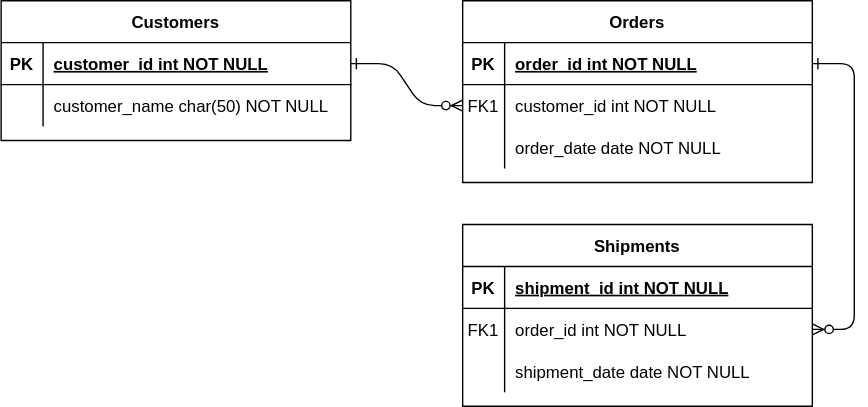
Above: document/project-board-erd.svg in LeticiaKang/mvc-board-practice (draw.io), before the change. Source tidied: cells renumbered, new cells last; positions are measured from the earlier drawing's top-left corner, leaving out a move shared by most shapes.
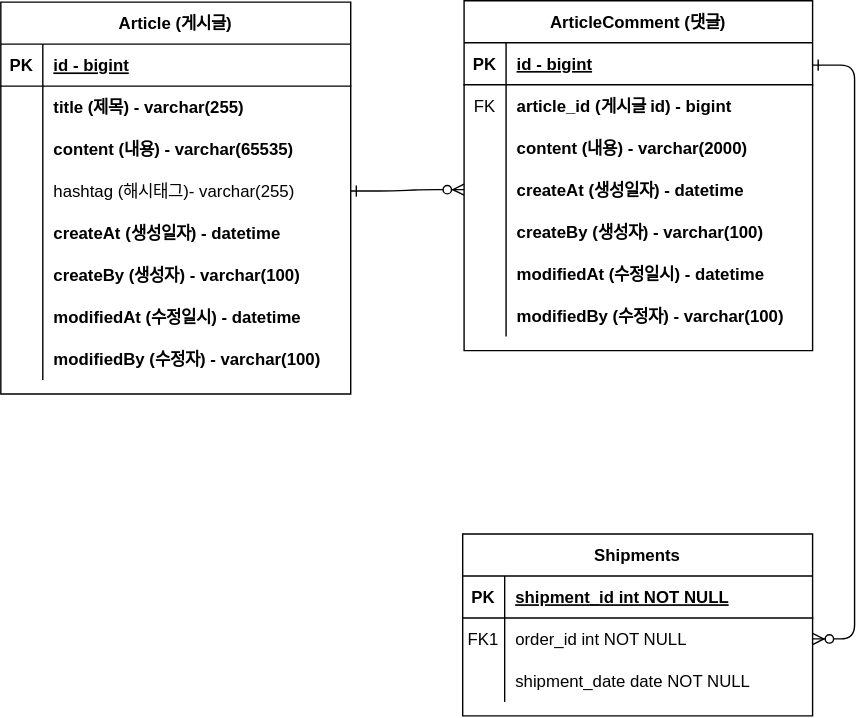
Later version of the same file.

Change to the diagram source:
```diff
@@ -2,44 +2,16 @@
   <root>
     <mxCell id="0" />
     <mxCell id="1" parent="0" />
-    <mxCell id="2" style="edgeStyle=entityRelationEdgeStyle;endArrow=ERzeroToMany;startArrow=ERone;endFill=1;startFill=0;" parent="1" edge="1" source="25" target="8">
+    <mxCell id="2" style="edgeStyle=entityRelationEdgeStyle;endArrow=ERzeroToMany;startArrow=ERone;endFill=1;startFill=0;entryX=0;entryY=0.5;entryDx=0;entryDy=0;exitX=1;exitY=0.5;exitDx=0;exitDy=0;" parent="1" edge="1" source="33" target="57">
       <mxGeometry relative="1" as="geometry" />
     </mxCell>
-    <mxCell id="3" style="edgeStyle=entityRelationEdgeStyle;endArrow=ERzeroToMany;startArrow=ERone;endFill=1;startFill=0;" parent="1" edge="1" source="5" target="18">
-      <mxGeometry relative="1" as="geometry" />
+    <mxCell id="3" style="edgeStyle=entityRelationEdgeStyle;endArrow=ERzeroToMany;startArrow=ERone;endFill=1;startFill=0;" parent="1" edge="1" target="18">
+      <mxGeometry relative="1" as="geometry">
+        <mxPoint x="580" y="45" as="sourcePoint" />
+      </mxGeometry>
     </mxCell>
-    <mxCell id="4" value="Orders" style="shape=table;startSize=30;rowLines=0;fontStyle=1;align=center;" parent="1" vertex="1">
-      <mxGeometry x="330" width="250" height="130" as="geometry" />
-    </mxCell>
-    <mxCell id="5" style="shape=partialRectangle;fillColor=none;points=[[0,0.5],[1,0.5]];portConstraint=eastwest;top=0;left=0;right=0;bottom=1;" parent="4" vertex="1">
-      <mxGeometry y="30" width="250" height="30" as="geometry" />
-    </mxCell>
-    <mxCell id="6" value="PK" style="shape=partialRectangle;overflow=hidden;fillColor=none;top=0;left=0;bottom=0;right=0;fontStyle=1;" parent="5" vertex="1">
-      <mxGeometry width="30" height="30" as="geometry" />
-    </mxCell>
-    <mxCell id="7" value="order_id int NOT NULL " style="shape=partialRectangle;overflow=hidden;fillColor=none;top=0;left=0;bottom=0;right=0;align=left;spacingLeft=6;fontStyle=5;" parent="5" vertex="1">
-      <mxGeometry x="30" width="220" height="30" as="geometry" />
-    </mxCell>
-    <mxCell id="8" style="shape=partialRectangle;fillColor=none;points=[[0,0.5],[1,0.5]];portConstraint=eastwest;top=0;left=0;right=0;bottom=0;" parent="4" vertex="1">
-      <mxGeometry y="60" width="250" height="30" as="geometry" />
-    </mxCell>
-    <mxCell id="9" value="FK1" style="shape=partialRectangle;overflow=hidden;fillColor=none;top=0;left=0;bottom=0;right=0;" parent="8" vertex="1">
-      <mxGeometry width="30" height="30" as="geometry" />
-    </mxCell>
-    <mxCell id="10" value="customer_id int NOT NULL" style="shape=partialRectangle;overflow=hidden;fillColor=none;top=0;left=0;bottom=0;right=0;align=left;spacingLeft=6;" parent="8" vertex="1">
-      <mxGeometry x="30" width="220" height="30" as="geometry" />
-    </mxCell>
-    <mxCell id="11" style="shape=partialRectangle;fillColor=none;top=0;left=0;right=0;bottom=0;" parent="4" vertex="1">
-      <mxGeometry y="90" width="250" height="30" as="geometry" />
-    </mxCell>
-    <mxCell id="12" style="shape=partialRectangle;overflow=hidden;fillColor=none;top=0;left=0;bottom=0;right=0;" parent="11" vertex="1">
-      <mxGeometry width="30" height="30" as="geometry" />
-    </mxCell>
-    <mxCell id="13" value="order_date date NOT NULL" style="shape=partialRectangle;overflow=hidden;fillColor=none;top=0;left=0;bottom=0;right=0;align=left;spacingLeft=6;" parent="11" vertex="1">
-      <mxGeometry x="30" width="220" height="30" as="geometry" />
-    </mxCell>
     <mxCell id="14" value="Shipments" style="shape=table;startSize=30;rowLines=0;fontStyle=1;align=center;" parent="1" vertex="1">
-      <mxGeometry x="330" y="160" width="250" height="130" as="geometry" />
+      <mxGeometry x="330" y="380" width="250" height="130" as="geometry" />
     </mxCell>
     <mxCell id="15" style="shape=partialRectangle;fillColor=none;top=0;left=0;right=0;bottom=1;" parent="14" vertex="1">
       <mxGeometry y="30" width="250" height="30" as="geometry" />
@@ -68,8 +40,8 @@
     <mxCell id="23" value="shipment_date date NOT NULL" style="shape=partialRectangle;overflow=hidden;fillColor=none;top=0;left=0;bottom=0;right=0;align=left;spacingLeft=6;" parent="21" vertex="1">
       <mxGeometry x="30" width="220" height="30" as="geometry" />
     </mxCell>
-    <mxCell id="24" value="Customers" style="shape=table;startSize=30;rowLines=0;fontStyle=1;align=center;" parent="1" vertex="1">
-      <mxGeometry width="250" height="100" as="geometry" />
+    <mxCell id="24" value="Article (게시글)" style="shape=table;startSize=30;rowLines=0;fontStyle=1;align=center;" parent="1" vertex="1">
+      <mxGeometry width="250" height="280" as="geometry" />
     </mxCell>
     <mxCell id="25" style="shape=partialRectangle;fillColor=none;points=[[0,0.5],[1,0.5]];portConstraint=eastwest;top=0;left=0;right=0;bottom=1;" parent="24" vertex="1">
       <mxGeometry y="30" width="250" height="30" as="geometry" />
@@ -77,7 +49,7 @@
     <mxCell id="26" value="PK" style="shape=partialRectangle;overflow=hidden;fillColor=none;top=0;left=0;bottom=0;right=0;fontStyle=1;" parent="25" vertex="1">
       <mxGeometry width="30" height="30" as="geometry" />
     </mxCell>
-    <mxCell id="27" value="customer_id int NOT NULL " style="shape=partialRectangle;overflow=hidden;fillColor=none;top=0;left=0;bottom=0;right=0;align=left;spacingLeft=6;fontStyle=5;" parent="25" vertex="1">
+    <mxCell id="27" value="id - bigint" style="shape=partialRectangle;overflow=hidden;fillColor=none;top=0;left=0;bottom=0;right=0;align=left;spacingLeft=6;fontStyle=5;" parent="25" vertex="1">
       <mxGeometry x="30" width="220" height="30" as="geometry" />
     </mxCell>
     <mxCell id="28" style="shape=partialRectangle;fillColor=none;top=0;left=0;right=0;bottom=0;" parent="24" vertex="1">
@@ -86,8 +58,128 @@
     <mxCell id="29" style="shape=partialRectangle;overflow=hidden;fillColor=none;top=0;left=0;bottom=0;right=0;" parent="28" vertex="1">
       <mxGeometry width="30" height="30" as="geometry" />
     </mxCell>
-    <mxCell id="30" value="customer_name char(50) NOT NULL" style="shape=partialRectangle;overflow=hidden;fillColor=none;top=0;left=0;bottom=0;right=0;align=left;spacingLeft=6;" parent="28" vertex="1">
+    <mxCell id="30" value="title (제목) - varchar(255)" style="shape=partialRectangle;overflow=hidden;fillColor=none;top=0;left=0;bottom=0;right=0;align=left;spacingLeft=6;fontStyle=1;" parent="28" vertex="1">
       <mxGeometry x="30" width="220" height="30" as="geometry" />
     </mxCell>
+    <mxCell id="11" style="shape=partialRectangle;fillColor=none;top=0;left=0;right=0;bottom=0;" parent="24" vertex="1">
+      <mxGeometry y="90" width="250" height="30" as="geometry" />
+    </mxCell>
+    <mxCell id="31" style="shape=partialRectangle;overflow=hidden;fillColor=none;top=0;left=0;bottom=0;right=0;" parent="11" vertex="1">
+      <mxGeometry width="30" height="30" as="geometry" />
+    </mxCell>
+    <mxCell id="32" value="content (내용) - varchar(65535)" style="shape=partialRectangle;overflow=hidden;fillColor=none;top=0;left=0;bottom=0;right=0;align=left;spacingLeft=6;fontStyle=1;" parent="11" vertex="1">
+      <mxGeometry x="30" width="220" height="30" as="geometry" />
+    </mxCell>
+    <mxCell id="33" style="shape=partialRectangle;fillColor=none;points=[[0,0.5],[1,0.5]];portConstraint=eastwest;top=0;left=0;right=0;bottom=0;" parent="24" vertex="1">
+      <mxGeometry y="120" width="250" height="30" as="geometry" />
+    </mxCell>
+    <mxCell id="34" style="shape=partialRectangle;overflow=hidden;fillColor=none;top=0;left=0;bottom=0;right=0;" parent="33" vertex="1">
+      <mxGeometry width="30" height="30" as="geometry" />
+    </mxCell>
+    <mxCell id="35" value="hashtag (해시태그)- varchar(255)" style="shape=partialRectangle;overflow=hidden;fillColor=none;top=0;left=0;bottom=0;right=0;align=left;spacingLeft=6;" parent="33" vertex="1">
+      <mxGeometry x="30" width="220" height="30" as="geometry" />
+    </mxCell>
+    <mxCell id="36" style="shape=partialRectangle;fillColor=none;top=0;left=0;right=0;bottom=0;" parent="24" vertex="1">
+      <mxGeometry y="150" width="250" height="30" as="geometry" />
+    </mxCell>
+    <mxCell id="37" style="shape=partialRectangle;overflow=hidden;fillColor=none;top=0;left=0;bottom=0;right=0;" parent="36" vertex="1">
+      <mxGeometry width="30" height="30" as="geometry" />
+    </mxCell>
+    <mxCell id="38" value="createAt (생성일자) - datetime" style="shape=partialRectangle;overflow=hidden;fillColor=none;top=0;left=0;bottom=0;right=0;align=left;spacingLeft=6;fontStyle=1;" parent="36" vertex="1">
+      <mxGeometry x="30" width="220" height="30" as="geometry" />
+    </mxCell>
+    <mxCell id="39" style="shape=partialRectangle;fillColor=none;top=0;left=0;right=0;bottom=0;" parent="24" vertex="1">
+      <mxGeometry y="180" width="250" height="30" as="geometry" />
+    </mxCell>
+    <mxCell id="40" style="shape=partialRectangle;overflow=hidden;fillColor=none;top=0;left=0;bottom=0;right=0;" parent="39" vertex="1">
+      <mxGeometry width="30" height="30" as="geometry" />
+    </mxCell>
+    <mxCell id="41" value="createBy (생성자) - varchar(100)" style="shape=partialRectangle;overflow=hidden;fillColor=none;top=0;left=0;bottom=0;right=0;align=left;spacingLeft=6;fontStyle=1;" parent="39" vertex="1">
+      <mxGeometry x="30" width="220" height="30" as="geometry" />
+    </mxCell>
+    <mxCell id="42" style="shape=partialRectangle;fillColor=none;top=0;left=0;right=0;bottom=0;" parent="24" vertex="1">
+      <mxGeometry y="210" width="250" height="30" as="geometry" />
+    </mxCell>
+    <mxCell id="43" style="shape=partialRectangle;overflow=hidden;fillColor=none;top=0;left=0;bottom=0;right=0;" parent="42" vertex="1">
+      <mxGeometry width="30" height="30" as="geometry" />
+    </mxCell>
+    <mxCell id="44" value="modifiedAt (수정일시) - datetime" style="shape=partialRectangle;overflow=hidden;fillColor=none;top=0;left=0;bottom=0;right=0;align=left;spacingLeft=6;fontStyle=1;" parent="42" vertex="1">
+      <mxGeometry x="30" width="220" height="30" as="geometry" />
+    </mxCell>
+    <mxCell id="45" style="shape=partialRectangle;fillColor=none;top=0;left=0;right=0;bottom=0;" parent="24" vertex="1">
+      <mxGeometry y="240" width="250" height="30" as="geometry" />
+    </mxCell>
+    <mxCell id="46" style="shape=partialRectangle;overflow=hidden;fillColor=none;top=0;left=0;bottom=0;right=0;" parent="45" vertex="1">
+      <mxGeometry width="30" height="30" as="geometry" />
+    </mxCell>
+    <mxCell id="47" value="modifiedBy (수정자) - varchar(100)" style="shape=partialRectangle;overflow=hidden;fillColor=none;top=0;left=0;bottom=0;right=0;align=left;spacingLeft=6;fontStyle=1;" parent="45" vertex="1">
+      <mxGeometry x="30" width="220" height="30" as="geometry" />
+    </mxCell>
+    <mxCell id="48" value="ArticleComment (댓글)" style="shape=table;startSize=30;rowLines=0;fontStyle=1;align=center;" parent="1" vertex="1">
+      <mxGeometry x="331" y="-1" width="249" height="250" as="geometry" />
+    </mxCell>
+    <mxCell id="49" style="shape=partialRectangle;fillColor=none;top=0;left=0;right=0;bottom=1;" parent="48" vertex="1">
+      <mxGeometry y="30" width="249" height="30" as="geometry" />
+    </mxCell>
+    <mxCell id="6" value="PK" style="shape=partialRectangle;overflow=hidden;fillColor=none;top=0;left=0;bottom=0;right=0;fontStyle=1;" parent="49" vertex="1">
+      <mxGeometry width="30" height="30" as="geometry" />
+    </mxCell>
+    <mxCell id="50" value="id - bigint" style="shape=partialRectangle;overflow=hidden;fillColor=none;top=0;left=0;bottom=0;right=0;align=left;spacingLeft=6;fontStyle=5;" parent="49" vertex="1">
+      <mxGeometry x="30" width="219" height="30" as="geometry" />
+    </mxCell>
+    <mxCell id="51" style="shape=partialRectangle;fillColor=none;top=0;left=0;right=0;bottom=0;" parent="48" vertex="1">
+      <mxGeometry y="60" width="249" height="30" as="geometry" />
+    </mxCell>
+    <mxCell id="52" value="FK" style="shape=partialRectangle;overflow=hidden;fillColor=none;top=0;left=0;bottom=0;right=0;" parent="51" vertex="1">
+      <mxGeometry width="30" height="30" as="geometry" />
+    </mxCell>
+    <mxCell id="53" value="article_id (게시글 id) - bigint" style="shape=partialRectangle;overflow=hidden;fillColor=none;top=0;left=0;bottom=0;right=0;align=left;spacingLeft=6;fontStyle=1;" parent="51" vertex="1">
+      <mxGeometry x="30" width="219" height="30" as="geometry" />
+    </mxCell>
+    <mxCell id="54" style="shape=partialRectangle;fillColor=none;top=0;left=0;right=0;bottom=0;" parent="48" vertex="1">
+      <mxGeometry y="90" width="249" height="30" as="geometry" />
+    </mxCell>
+    <mxCell id="55" style="shape=partialRectangle;overflow=hidden;fillColor=none;top=0;left=0;bottom=0;right=0;" parent="54" vertex="1">
+      <mxGeometry width="30" height="30" as="geometry" />
+    </mxCell>
+    <mxCell id="56" value="content (내용) - varchar(2000)" style="shape=partialRectangle;overflow=hidden;fillColor=none;top=0;left=0;bottom=0;right=0;align=left;spacingLeft=6;fontStyle=1;" parent="54" vertex="1">
+      <mxGeometry x="30" width="219" height="30" as="geometry" />
+    </mxCell>
+    <mxCell id="57" style="shape=partialRectangle;fillColor=none;points=[[0,0.5],[1,0.5]];portConstraint=eastwest;top=0;left=0;right=0;bottom=0;" parent="48" vertex="1">
+      <mxGeometry y="120" width="249" height="30" as="geometry" />
+    </mxCell>
+    <mxCell id="58" style="shape=partialRectangle;overflow=hidden;fillColor=none;top=0;left=0;bottom=0;right=0;" parent="57" vertex="1">
+      <mxGeometry width="30" height="30" as="geometry" />
+    </mxCell>
+    <mxCell id="59" value="createAt (생성일자) - datetime" style="shape=partialRectangle;overflow=hidden;fillColor=none;top=0;left=0;bottom=0;right=0;align=left;spacingLeft=6;fontStyle=1;" parent="57" vertex="1">
+      <mxGeometry x="30" width="219" height="30" as="geometry" />
+    </mxCell>
+    <mxCell id="60" style="shape=partialRectangle;fillColor=none;top=0;left=0;right=0;bottom=0;" parent="48" vertex="1">
+      <mxGeometry y="150" width="249" height="30" as="geometry" />
+    </mxCell>
+    <mxCell id="61" style="shape=partialRectangle;overflow=hidden;fillColor=none;top=0;left=0;bottom=0;right=0;" parent="60" vertex="1">
+      <mxGeometry width="30" height="30" as="geometry" />
+    </mxCell>
+    <mxCell id="62" value="createBy (생성자) - varchar(100)" style="shape=partialRectangle;overflow=hidden;fillColor=none;top=0;left=0;bottom=0;right=0;align=left;spacingLeft=6;fontStyle=1;" parent="60" vertex="1">
+      <mxGeometry x="30" width="219" height="30" as="geometry" />
+    </mxCell>
+    <mxCell id="63" style="shape=partialRectangle;fillColor=none;top=0;left=0;right=0;bottom=0;" parent="48" vertex="1">
+      <mxGeometry y="180" width="249" height="30" as="geometry" />
+    </mxCell>
+    <mxCell id="64" style="shape=partialRectangle;overflow=hidden;fillColor=none;top=0;left=0;bottom=0;right=0;" parent="63" vertex="1">
+      <mxGeometry width="30" height="30" as="geometry" />
+    </mxCell>
+    <mxCell id="65" value="modifiedAt (수정일시) - datetime" style="shape=partialRectangle;overflow=hidden;fillColor=none;top=0;left=0;bottom=0;right=0;align=left;spacingLeft=6;fontStyle=1;" parent="63" vertex="1">
+      <mxGeometry x="30" width="219" height="30" as="geometry" />
+    </mxCell>
+    <mxCell id="66" style="shape=partialRectangle;fillColor=none;top=0;left=0;right=0;bottom=0;" parent="48" vertex="1">
+      <mxGeometry y="210" width="249" height="30" as="geometry" />
+    </mxCell>
+    <mxCell id="67" style="shape=partialRectangle;overflow=hidden;fillColor=none;top=0;left=0;bottom=0;right=0;" parent="66" vertex="1">
+      <mxGeometry width="30" height="30" as="geometry" />
+    </mxCell>
+    <mxCell id="68" value="modifiedBy (수정자) - varchar(100)" style="shape=partialRectangle;overflow=hidden;fillColor=none;top=0;left=0;bottom=0;right=0;align=left;spacingLeft=6;fontStyle=1;" parent="66" vertex="1">
+      <mxGeometry x="30" width="219" height="30" as="geometry" />
+    </mxCell>
   </root>
 </mxGraphModel>
```
